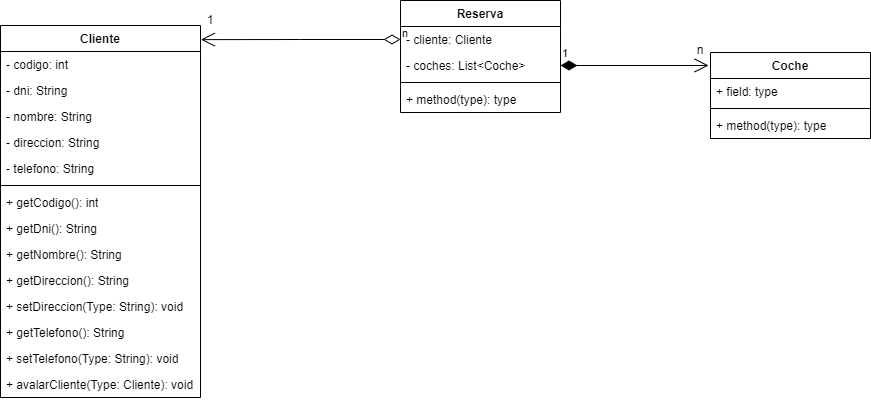
The draw.io diagram unidad-4/Class-Diagram-Maxi/automoviles-maxi.png in mackstm/ets, before a commit. Source tidied: cells renumbered, new cells last; positions are measured from the earlier drawing's top-left corner, leaving out a move shared by most shapes.
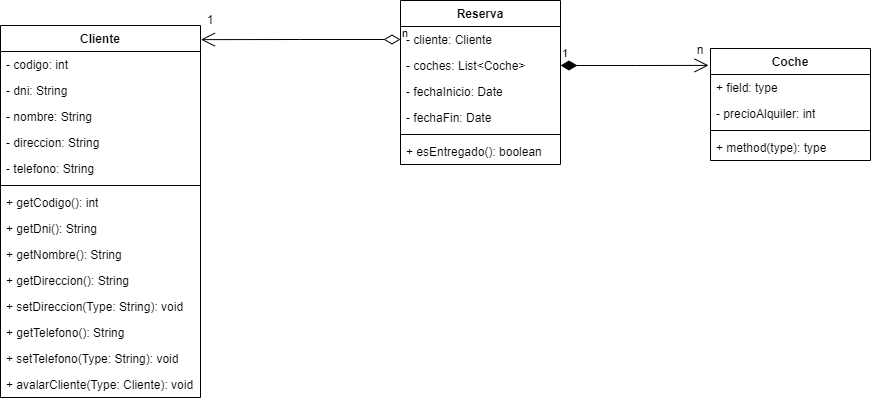
After the change.

The edit, as a diff of the source:
```diff
@@ -48,7 +48,7 @@
       <mxGeometry y="346" width="200" height="26" as="geometry" />
     </mxCell>
     <mxCell id="17" value="Reserva" style="swimlane;fontStyle=1;align=center;verticalAlign=top;horizontal=1;startSize=26;whiteSpace=wrap;html=1;" parent="1" vertex="1">
-      <mxGeometry x="400" width="160" height="112" as="geometry" />
+      <mxGeometry x="400" width="160" height="164" as="geometry" />
     </mxCell>
     <mxCell id="18" value="- cliente: Cliente" style="text;strokeColor=none;fillColor=none;align=left;verticalAlign=top;spacingLeft=4;spacingRight=4;overflow=hidden;points=[[0,0.5],[1,0.5]];portConstraint=eastwest;whiteSpace=wrap;html=1;" parent="17" vertex="1">
       <mxGeometry y="26" width="160" height="26" as="geometry" />
@@ -56,23 +56,32 @@
     <mxCell id="19" value="- coches: List&amp;lt;Coche&amp;gt;" style="text;strokeColor=none;fillColor=none;align=left;verticalAlign=top;spacingLeft=4;spacingRight=4;overflow=hidden;points=[[0,0.5],[1,0.5]];portConstraint=eastwest;whiteSpace=wrap;html=1;" parent="17" vertex="1">
       <mxGeometry y="52" width="160" height="26" as="geometry" />
     </mxCell>
+    <mxCell id="30" value="- fechaInicio: Date" style="text;strokeColor=none;fillColor=none;align=left;verticalAlign=top;spacingLeft=4;spacingRight=4;overflow=hidden;whiteSpace=wrap;html=1;" parent="17" vertex="1">
+      <mxGeometry y="78" width="160" height="26" as="geometry" />
+    </mxCell>
+    <mxCell id="31" value="- fechaFin: Date" style="text;strokeColor=none;fillColor=none;align=left;verticalAlign=top;spacingLeft=4;spacingRight=4;overflow=hidden;whiteSpace=wrap;html=1;" parent="17" vertex="1">
+      <mxGeometry y="104" width="160" height="26" as="geometry" />
+    </mxCell>
     <mxCell id="20" style="line;strokeWidth=1;fillColor=none;align=left;verticalAlign=middle;spacingTop=-1;spacingLeft=3;spacingRight=3;labelPosition=right;strokeColor=inherit;" parent="17" vertex="1">
-      <mxGeometry y="78" width="160" height="8" as="geometry" />
+      <mxGeometry y="130" width="160" height="8" as="geometry" />
     </mxCell>
-    <mxCell id="21" value="+ method(type): type" style="text;strokeColor=none;fillColor=none;align=left;verticalAlign=top;spacingLeft=4;spacingRight=4;overflow=hidden;whiteSpace=wrap;html=1;" parent="17" vertex="1">
-      <mxGeometry y="86" width="160" height="26" as="geometry" />
+    <mxCell id="21" value="+ esEntregado(): boolean" style="text;strokeColor=none;fillColor=none;align=left;verticalAlign=top;spacingLeft=4;spacingRight=4;overflow=hidden;whiteSpace=wrap;html=1;" parent="17" vertex="1">
+      <mxGeometry y="138" width="160" height="26" as="geometry" />
     </mxCell>
     <mxCell id="22" value="Coche" style="swimlane;fontStyle=1;align=center;verticalAlign=top;horizontal=1;startSize=26;whiteSpace=wrap;html=1;" parent="1" vertex="1">
-      <mxGeometry x="710" y="52" width="160" height="86" as="geometry" />
+      <mxGeometry x="710" y="48" width="160" height="112" as="geometry" />
     </mxCell>
     <mxCell id="23" value="+ field: type" style="text;strokeColor=none;fillColor=none;align=left;verticalAlign=top;spacingLeft=4;spacingRight=4;overflow=hidden;whiteSpace=wrap;html=1;" parent="22" vertex="1">
       <mxGeometry y="26" width="160" height="26" as="geometry" />
     </mxCell>
+    <mxCell id="32" value="- precioAlquiler: int" style="text;strokeColor=none;fillColor=none;align=left;verticalAlign=top;spacingLeft=4;spacingRight=4;overflow=hidden;whiteSpace=wrap;html=1;" parent="22" vertex="1">
+      <mxGeometry y="52" width="160" height="26" as="geometry" />
+    </mxCell>
     <mxCell id="24" style="line;strokeWidth=1;fillColor=none;align=left;verticalAlign=middle;spacingTop=-1;spacingLeft=3;spacingRight=3;labelPosition=right;strokeColor=inherit;" parent="22" vertex="1">
-      <mxGeometry y="52" width="160" height="8" as="geometry" />
+      <mxGeometry y="78" width="160" height="8" as="geometry" />
     </mxCell>
     <mxCell id="25" value="+ method(type): type" style="text;strokeColor=none;fillColor=none;align=left;verticalAlign=top;spacingLeft=4;spacingRight=4;overflow=hidden;whiteSpace=wrap;html=1;" parent="22" vertex="1">
-      <mxGeometry y="60" width="160" height="26" as="geometry" />
+      <mxGeometry y="86" width="160" height="26" as="geometry" />
     </mxCell>
     <mxCell id="26" value="n" style="endArrow=open;html=1;endSize=12;startArrow=diamondThin;startSize=14;startFill=0;edgeStyle=orthogonalEdgeStyle;align=left;verticalAlign=bottom;rounded=0;exitX=0;exitY=0.5;exitDx=0;exitDy=0;entryX=1.002;entryY=0.038;entryDx=0;entryDy=0;entryPerimeter=0;" parent="1" edge="1" source="18" target="2">
       <mxGeometry x="-1" y="3" relative="1" as="geometry" />
```
